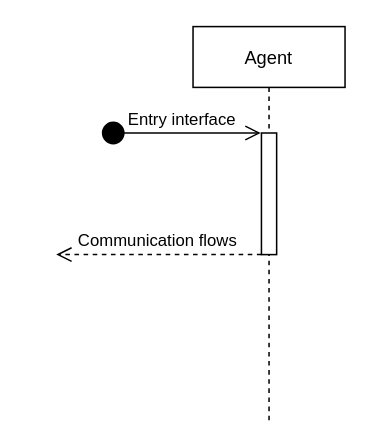
The draw.io diagram page "standalone" (4 of 4) of diagrams/DyMonD Sequence Diagrams.drawio in aaronlohner/DyMonD, before the edit. Source tidied: cells renumbered, new cells numbered last; positions are measured from the earlier drawing's top-left corner, leaving out a move shared by most shapes. Both pictures are drawn from the tidied source at 152%, with x=0, y=0 at pixel (55, 26).
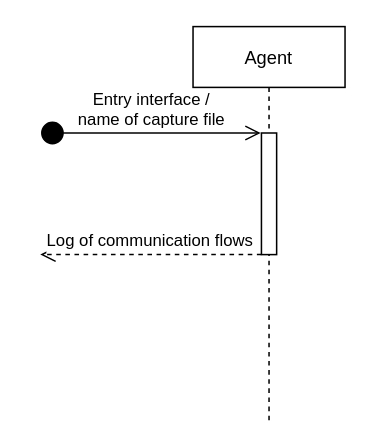
The same diagram, later.

Diff of the diagram source:
```diff
@@
 <mxGraphModel>
   <root>
     <mxCell id="0" />
     <mxCell id="1" parent="0" />
     <mxCell id="2" value="Agent" style="shape=umlLifeline;perimeter=lifelinePerimeter;rounded=0;shadow=0;strokeWidth=1;" parent="1" vertex="1">
       <mxGeometry x="90.5" width="100" height="260" as="geometry" />
     </mxCell>
     <mxCell id="3" style="points=[];perimeter=orthogonalPerimeter;rounded=0;shadow=0;strokeWidth=1;" parent="2" vertex="1">
       <mxGeometry x="45" y="70" width="10" height="80" as="geometry" />
     </mxCell>
-    <mxCell id="4" value="Communication flows" style="verticalAlign=bottom;endArrow=open;dashed=1;endSize=8;shadow=0;strokeWidth=1;" parent="1" edge="1" source="3">
+    <mxCell id="4" value="Log of communication flows" style="verticalAlign=bottom;endArrow=open;dashed=1;endSize=8;shadow=0;strokeWidth=1;" parent="1" edge="1" source="3">
       <mxGeometry relative="1" as="geometry">
-        <mxPoint x="0.5" y="150" as="targetPoint" />
+        <mxPoint x="-10" y="150" as="targetPoint" />
       </mxGeometry>
     </mxCell>
-    <mxCell id="5" value="Entry interface" style="html=1;verticalAlign=bottom;startArrow=circle;startFill=1;endArrow=open;startSize=6;endSize=8;entryX=-0.05;entryY=0.009;entryDx=0;entryDy=0;entryPerimeter=0;" parent="1" edge="1">
+    <mxCell id="5" value="Entry interface / &lt;br&gt;name of capture file" style="html=1;verticalAlign=bottom;startArrow=circle;startFill=1;endArrow=open;startSize=6;endSize=8;entryX=-0.05;entryY=0.009;entryDx=0;entryDy=0;entryPerimeter=0;" parent="1" edge="1">
       <mxGeometry relative="1" as="geometry">
-        <mxPoint x="30" y="70" as="sourcePoint" />
+        <mxPoint x="-10" y="70" as="sourcePoint" />
         <mxPoint x="135" y="70" as="targetPoint" />
       </mxGeometry>
     </mxCell>
   </root>
 </mxGraphModel>
```
